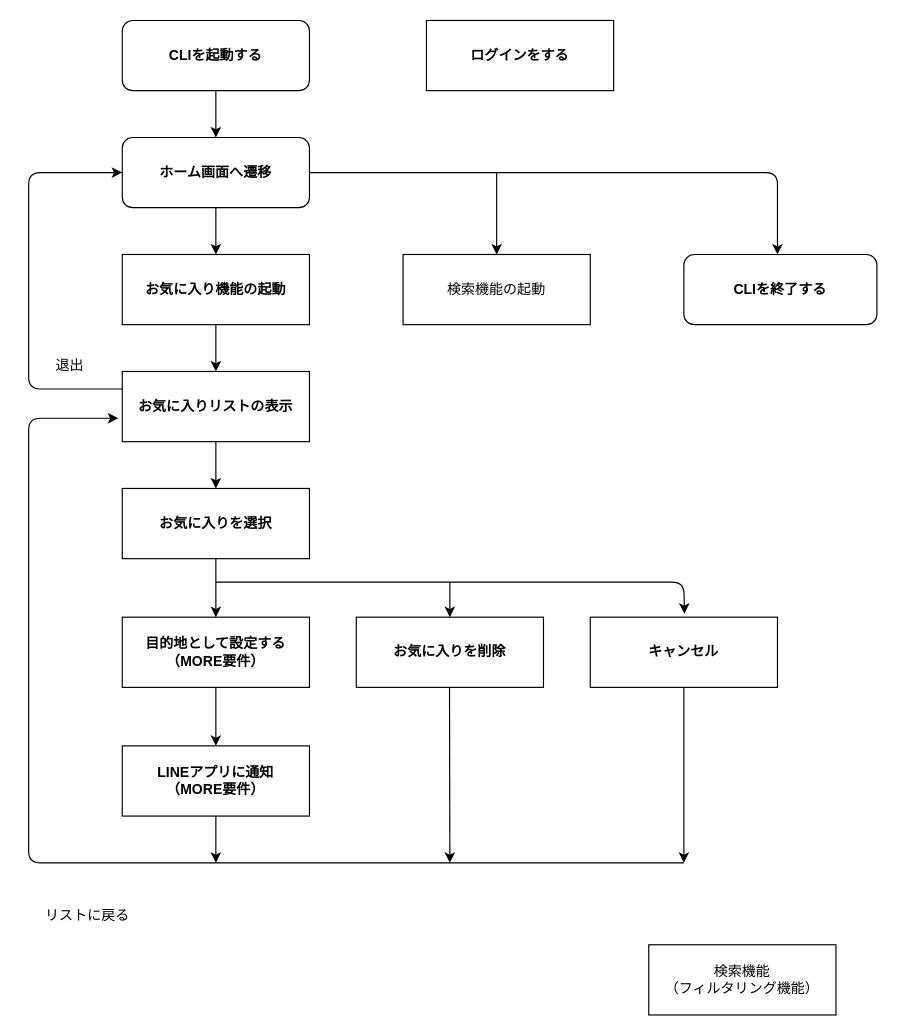
Above: page "お気に入り機能" (2 of 2) of docs/flowchart/flow.drawio in taga3s/pecopeco (draw.io), before the change. Source tidied: cells renumbered, new cells numbered last; positions are measured from the earlier drawing's top-left corner, leaving out a move shared by most shapes. Both pictures are drawn from the tidied source at 117%, with x=0, y=0 at pixel (28, 20).
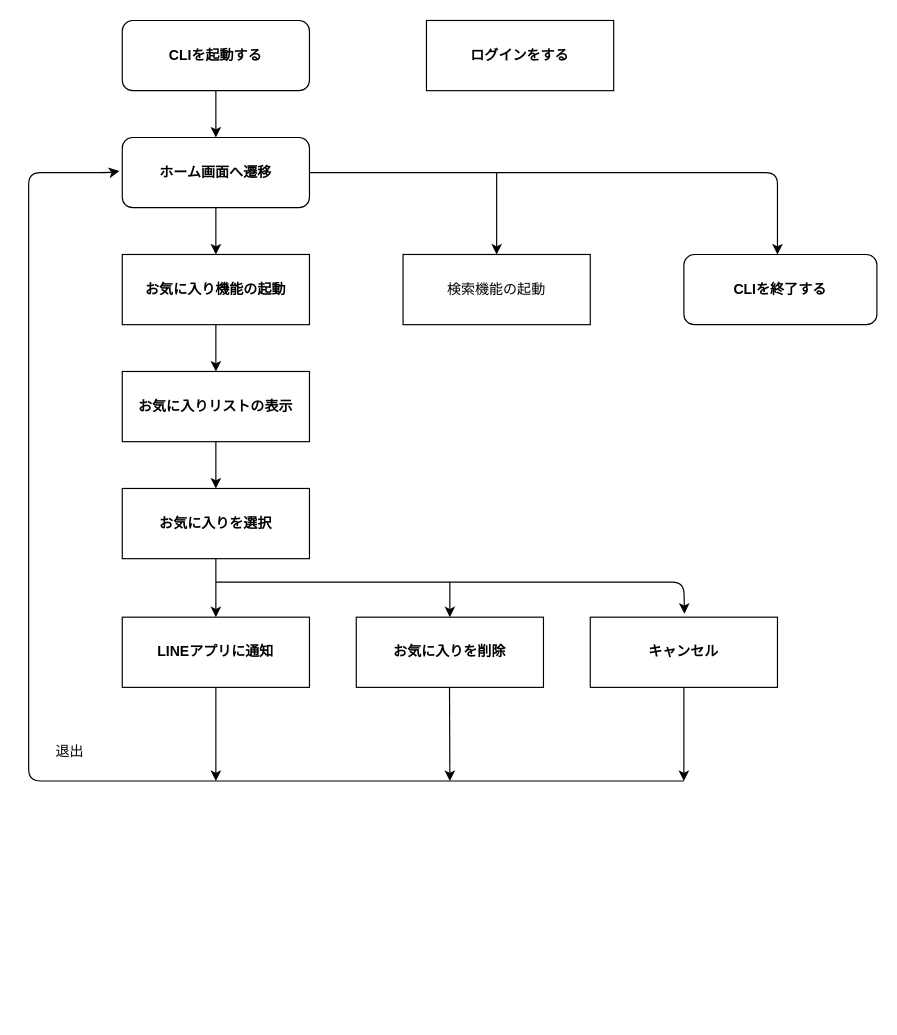
The same diagram, later.

Unchanged cells that the change refers to:
```xml
<mxCell id="7" value="&lt;b&gt;ホーム画面へ遷移&lt;/b&gt;" style="rounded=1;whiteSpace=wrap;html=1;" parent="1" vertex="1">
  <mxGeometry x="80" y="100" width="160" height="60" as="geometry" />
</mxCell>
<mxCell id="14" value="&lt;b&gt;お気に入りリストの表示&lt;/b&gt;" style="rounded=0;whiteSpace=wrap;html=1;" parent="1" vertex="1">
  <mxGeometry x="80" y="300" width="160" height="60" as="geometry" />
</mxCell>
<mxCell id="16" value="&lt;b&gt;お気に入りを選択&lt;/b&gt;" style="whiteSpace=wrap;html=1;rounded=0;" parent="1" vertex="1">
  <mxGeometry x="80" y="400" width="160" height="60" as="geometry" />
</mxCell>
<mxCell id="20" value="&lt;b&gt;キャンセル&lt;/b&gt;" style="rounded=0;whiteSpace=wrap;html=1;" parent="1" vertex="1">
  <mxGeometry x="480" y="510" width="160" height="60" as="geometry" />
</mxCell>
```

What changed in the source:
```diff
@@
-    <mxCell id="15" style="edgeStyle=none;html=1;" parent="1" edge="1" source="16" target="26">
-      <mxGeometry relative="1" as="geometry" />
+    <mxCell id="15" style="edgeStyle=none;html=1;" parent="1" edge="1" source="16">
+      <mxGeometry relative="1" as="geometry">
+        <mxPoint x="160" y="510" as="targetPoint" />
+      </mxGeometry>
     </mxCell>
@@
-    <mxCell id="18" style="endArrow=classic;html=1;entryX=-0.021;entryY=0.666;entryDx=0;entryDy=0;entryPerimeter=0;" parent="1" edge="1" target="14">
+    <mxCell id="18" style="endArrow=classic;html=1;entryX=-0.015;entryY=0.479;entryDx=0;entryDy=0;entryPerimeter=0;" parent="1" edge="1" target="7">
       <mxGeometry relative="1" as="geometry">
-        <mxPoint x="560" y="720" as="sourcePoint" />
+        <mxPoint x="560" y="650" as="sourcePoint" />
         <Array as="points">
-          <mxPoint y="720" />
+          <mxPoint y="650" />
           <mxPoint y="540" />
-          <mxPoint y="340" />
-          <mxPoint x="60" y="340" />
+          <mxPoint y="130" />
+          <mxPoint x="70" y="130" />
         </Array>
       </mxGeometry>
     </mxCell>
     <mxCell id="19" style="edgeStyle=none;html=1;" parent="1" edge="1" source="20">
       <mxGeometry relative="1" as="geometry">
-        <mxPoint x="560" y="720" as="targetPoint" />
+        <mxPoint x="560" y="650" as="targetPoint" />
       </mxGeometry>
     </mxCell>
@@
     <mxCell id="22" style="endArrow=classic;html=1;" parent="1" edge="1">
       <mxGeometry relative="1" as="geometry">
         <mxPoint x="359.7" y="570" as="sourcePoint" />
-        <mxPoint x="360" y="720" as="targetPoint" />
+        <mxPoint x="360" y="650" as="targetPoint" />
       </mxGeometry>
     </mxCell>
-    <mxCell id="23" value="リストに戻る" style="text;html=1;align=center;verticalAlign=middle;strokeColor=none;fillColor=none;" parent="1" vertex="1">
-      <mxGeometry y="750" width="100" height="30" as="geometry" />
-    </mxCell>
-    <mxCell id="24" value="検索機能&lt;br&gt;（フィルタリング機能）" style="rounded=0;whiteSpace=wrap;html=1;" parent="1" vertex="1">
-      <mxGeometry x="530" y="790" width="160" height="60" as="geometry" />
-    </mxCell>
-    <mxCell id="25" style="edgeStyle=none;html=1;" parent="1" edge="1" source="26" target="28">
-      <mxGeometry relative="1" as="geometry" />
-    </mxCell>
-    <mxCell id="26" value="&lt;b&gt;目的地として設定する（MORE要件）&lt;/b&gt;" style="rounded=0;whiteSpace=wrap;html=1;" parent="1" vertex="1">
-      <mxGeometry x="80" y="510" width="160" height="60" as="geometry" />
-    </mxCell>
     <mxCell id="27" style="edgeStyle=none;html=1;" parent="1" edge="1" source="28">
       <mxGeometry relative="1" as="geometry">
-        <mxPoint x="160" y="720" as="targetPoint" />
+        <mxPoint x="160" y="650" as="targetPoint" />
       </mxGeometry>
     </mxCell>
-    <mxCell id="28" value="&lt;b&gt;LINEアプリに通知&lt;br&gt;（MORE要件）&lt;/b&gt;" style="rounded=0;whiteSpace=wrap;html=1;" parent="1" vertex="1">
-      <mxGeometry x="80" y="620" width="160" height="60" as="geometry" />
+    <mxCell id="28" value="&lt;b&gt;LINEアプリに通知&lt;br&gt;&lt;/b&gt;" style="rounded=0;whiteSpace=wrap;html=1;" parent="1" vertex="1">
+      <mxGeometry x="80" y="510" width="160" height="60" as="geometry" />
     </mxCell>
@@
-    <mxCell id="30" style="endArrow=classic;html=1;exitX=0;exitY=0.25;exitDx=0;exitDy=0;entryX=0;entryY=0.5;entryDx=0;entryDy=0;" parent="1" edge="1" source="14" target="7">
-      <mxGeometry relative="1" as="geometry">
-        <Array as="points">
-          <mxPoint y="315" />
-          <mxPoint y="234" />
-          <mxPoint y="130" />
-        </Array>
-      </mxGeometry>
-    </mxCell>
     <mxCell id="31" value="退出" style="text;html=1;align=center;verticalAlign=middle;strokeColor=none;fillColor=none;" parent="1" vertex="1">
-      <mxGeometry x="10" y="280" width="50" height="30" as="geometry" />
+      <mxGeometry x="10" y="610" width="50" height="30" as="geometry" />
     </mxCell>
```
